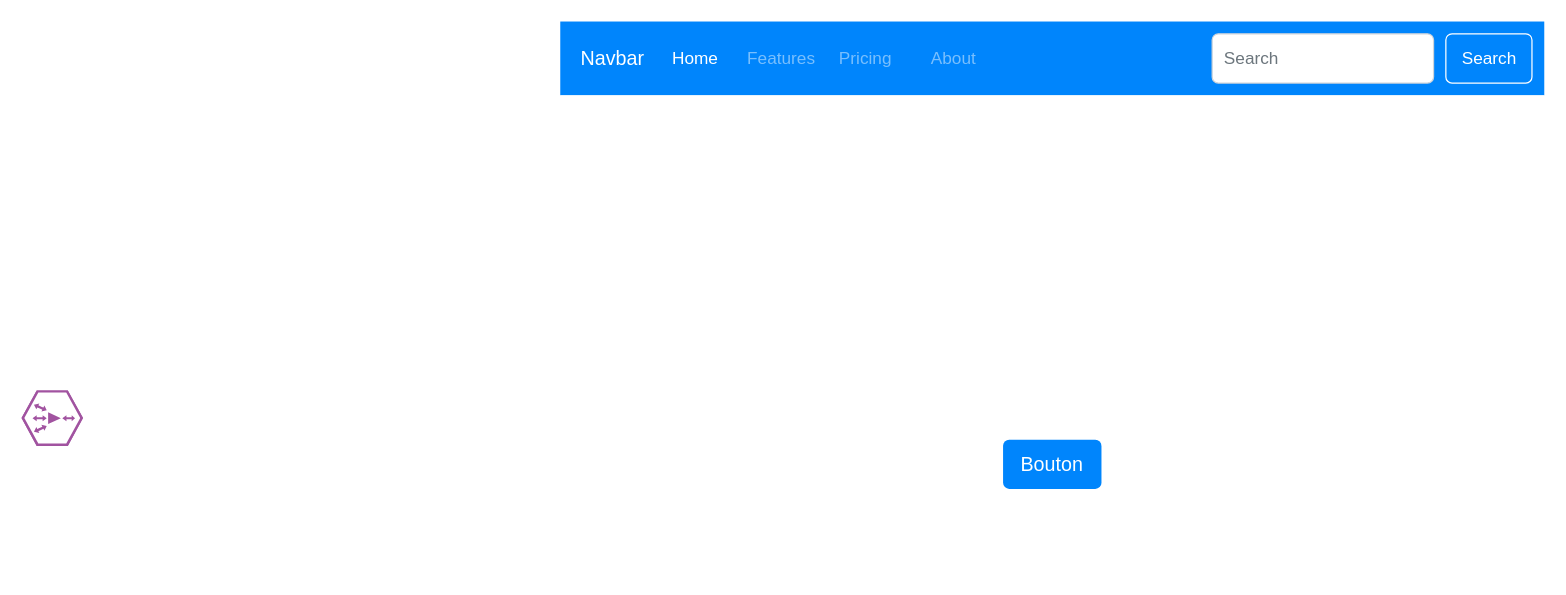
Above: Diagramme sans nom.drawio in numerimondes/brainstorming (draw.io), before the change. Source tidied: cells renumbered, new cells numbered last; positions are measured from the earlier drawing's top-left corner, leaving out a move shared by most shapes. Both pictures are drawn from the tidied source at 123%, with x=0, y=0 at pixel (21, 21).
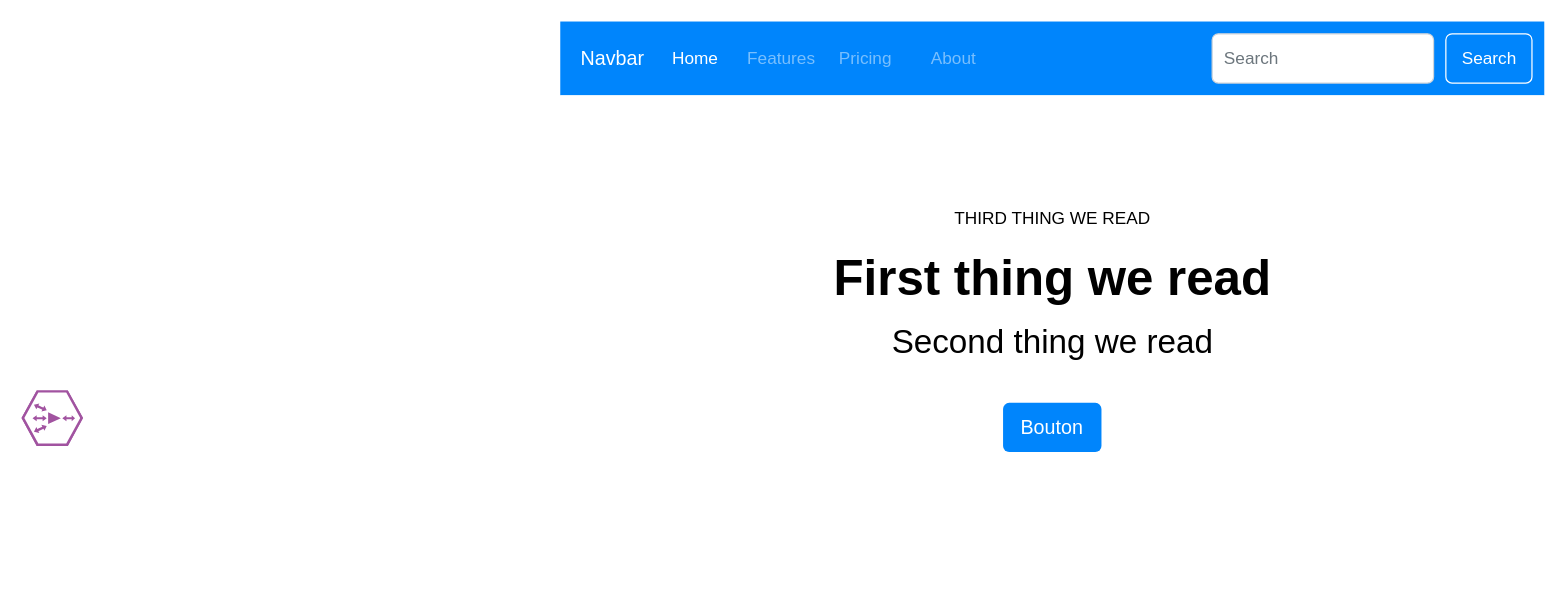
The same diagram, later.

Commit message (it also covers changes not shown here):
Mettre à jour Diagramme sans nom.drawio

The edit, as a diff of the source:
```diff
@@
+    <mxCell id="14" style="group;" parent="1" vertex="1">
+      <mxGeometry x="496.5" y="150" width="683" height="200" as="geometry" />
+    </mxCell>
-    <mxCell id="13" value="Bouton" style="html=1;shadow=0;dashed=0;shape=mxgraph.bootstrap.rrect;rSize=5;strokeColor=none;strokeWidth=1;fillColor=#0085FC;fontColor=#FFFFFF;whiteSpace=wrap;align=center;verticalAlign=middle;spacingLeft=0;fontStyle=0;fontSize=16;spacing=5;" parent="1" vertex="1">
-      <mxGeometry x="798" y="340" width="80" height="40" as="geometry" />
+    <mxCell id="13" value="Bouton" style="html=1;shadow=0;dashed=0;shape=mxgraph.bootstrap.rrect;rSize=5;strokeColor=none;strokeWidth=1;fillColor=#0085FC;fontColor=#FFFFFF;whiteSpace=wrap;align=center;verticalAlign=middle;spacingLeft=0;fontStyle=0;fontSize=16;spacing=5;" parent="14" vertex="1">
+      <mxGeometry x="301.5" y="160" width="80" height="40" as="geometry" />
     </mxCell>
+    <mxCell id="15" style="group;" parent="14" vertex="1">
+      <mxGeometry width="683" height="125" as="geometry" />
+    </mxCell>
+    <mxCell id="16" value="&lt;b&gt;&lt;font style=&quot;font-size: 40px;&quot;&gt;&lt;font&gt;First thing we read&lt;/font&gt;&lt;font&gt;&lt;br&gt;&lt;/font&gt;&lt;/font&gt;&lt;/b&gt;" style="text;html=1;align=center;verticalAlign=middle;whiteSpace=wrap;rounded=0;" parent="15" vertex="1">
+      <mxGeometry y="28" width="683" height="60" as="geometry" />
+    </mxCell>
+    <mxCell id="17" value="&lt;font style=&quot;font-size: 27px;&quot;&gt;&lt;font&gt;Second thing we read&lt;/font&gt;&lt;font&gt;&lt;font&gt;&lt;br&gt;&lt;/font&gt;&lt;/font&gt;&lt;/font&gt;" style="text;html=1;align=center;verticalAlign=middle;whiteSpace=wrap;rounded=0;" parent="15" vertex="1">
+      <mxGeometry y="96" width="683" height="29" as="geometry" />
+    </mxCell>
+    <mxCell id="18" value="&lt;font style=&quot;font-size: 14px; color: light-dark(rgb(0, 0, 0), rgb(255, 255, 255));&quot;&gt;&lt;font style=&quot;background-color: light-dark(#ffffff, var(--ge-dark-color, #121212));&quot;&gt;THIRD THING WE READ&lt;/font&gt;&lt;/font&gt;&lt;font style=&quot;font-size: 14px; color: light-dark(rgb(0, 0, 0), rgb(0, 0, 204));&quot;&gt;&lt;font style=&quot;background-color: light-dark(#ffffff, var(--ge-dark-color, #121212));&quot;&gt;&lt;font&gt;&lt;br&gt;&lt;/font&gt;&lt;/font&gt;&lt;/font&gt;" style="text;html=1;align=center;verticalAlign=middle;whiteSpace=wrap;rounded=0;" parent="15" vertex="1">
+      <mxGeometry width="683" height="20" as="geometry" />
+    </mxCell>
```
